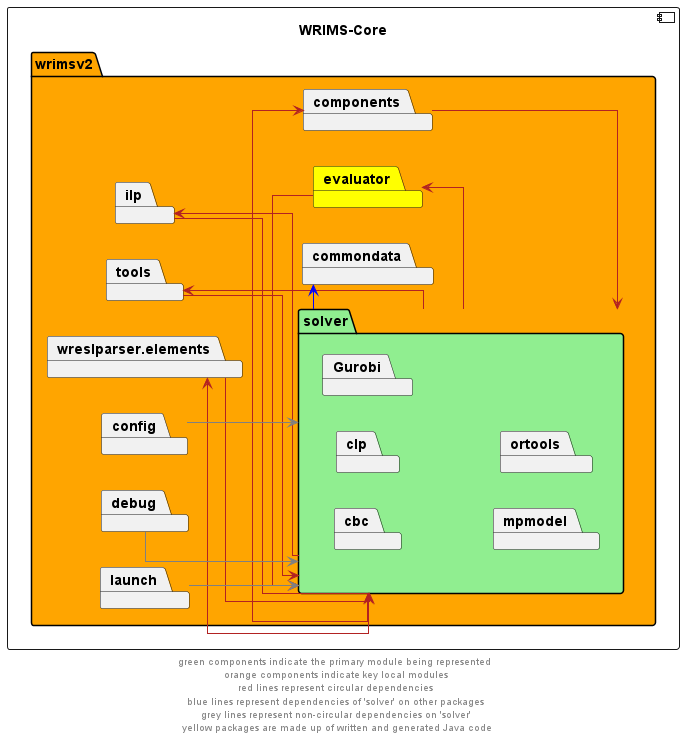
CentralValleyModeling/wrims-engine keeps this PlantUML diagram as docs/diagrams/wrims-core/wrims-core_solver.png. Above is the earlier version.
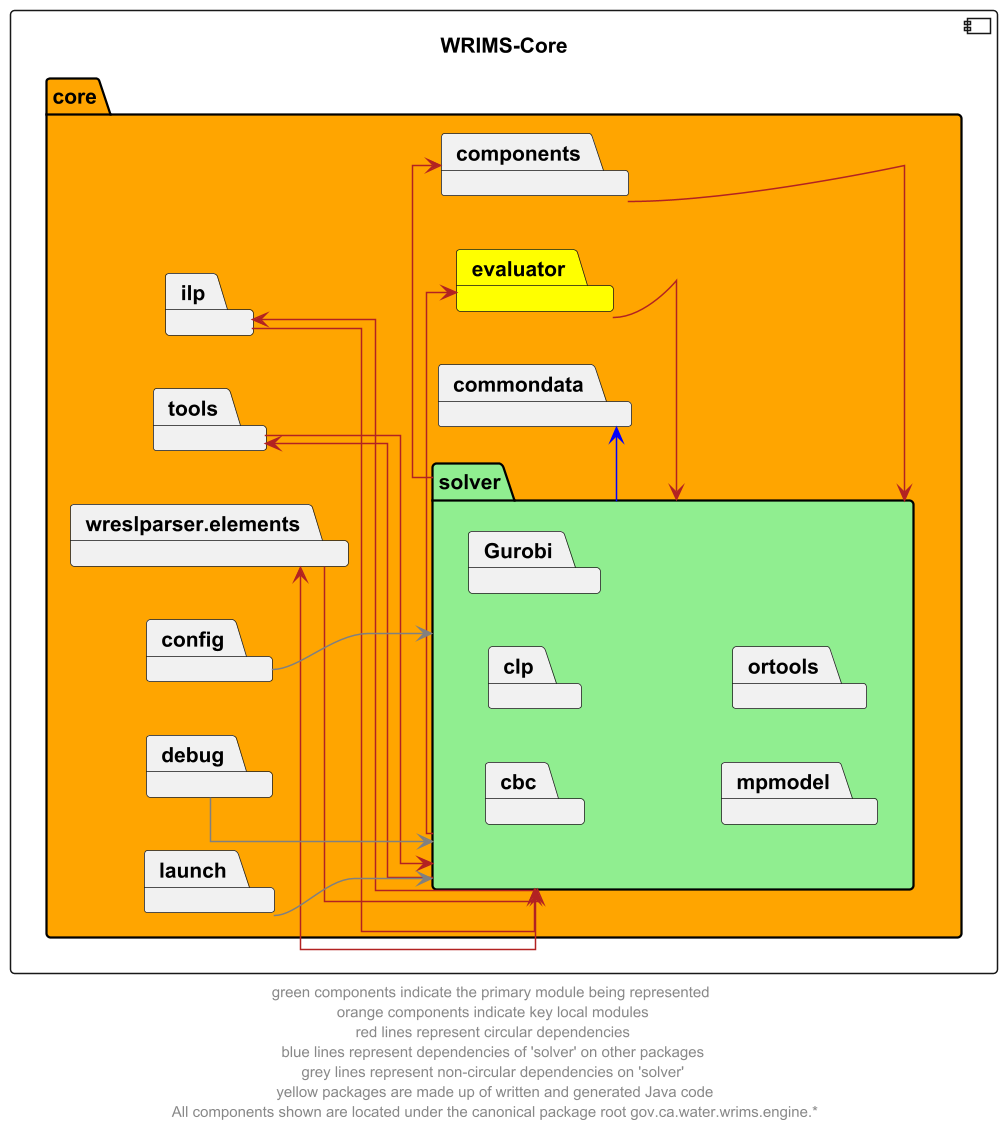
Above is the later version.

Diff of the diagram source:
```diff
@@ -3,7 +3,7 @@
 skinparam linetype ortho
 
 component wrims_core as "WRIMS-Core"{
-    package wrimsv2 #orange {
+    package core #orange {
         package solver #lightgreen {
             package cbc
             package clp
@@ -41,5 +41,5 @@
 launch --> solver #grey
 
 
-footer "green components indicate the primary module being represented \n orange components indicate key local modules \n red lines represent circular dependencies \n blue lines represent dependencies of 'solver' on other packages \n grey lines represent non-circular dependencies on 'solver' \n yellow packages are made up of written and generated Java code"
+footer "green components indicate the primary module being represented \n orange components indicate key local modules \n red lines represent circular dependencies \n blue lines represent dependencies of 'solver' on other packages \n grey lines represent non-circular dependencies on 'solver' \n yellow packages are made up of written and generated Java code\n All components shown are located under the canonical package root gov.ca.water.wrims.engine.*"
 @enduml
```
